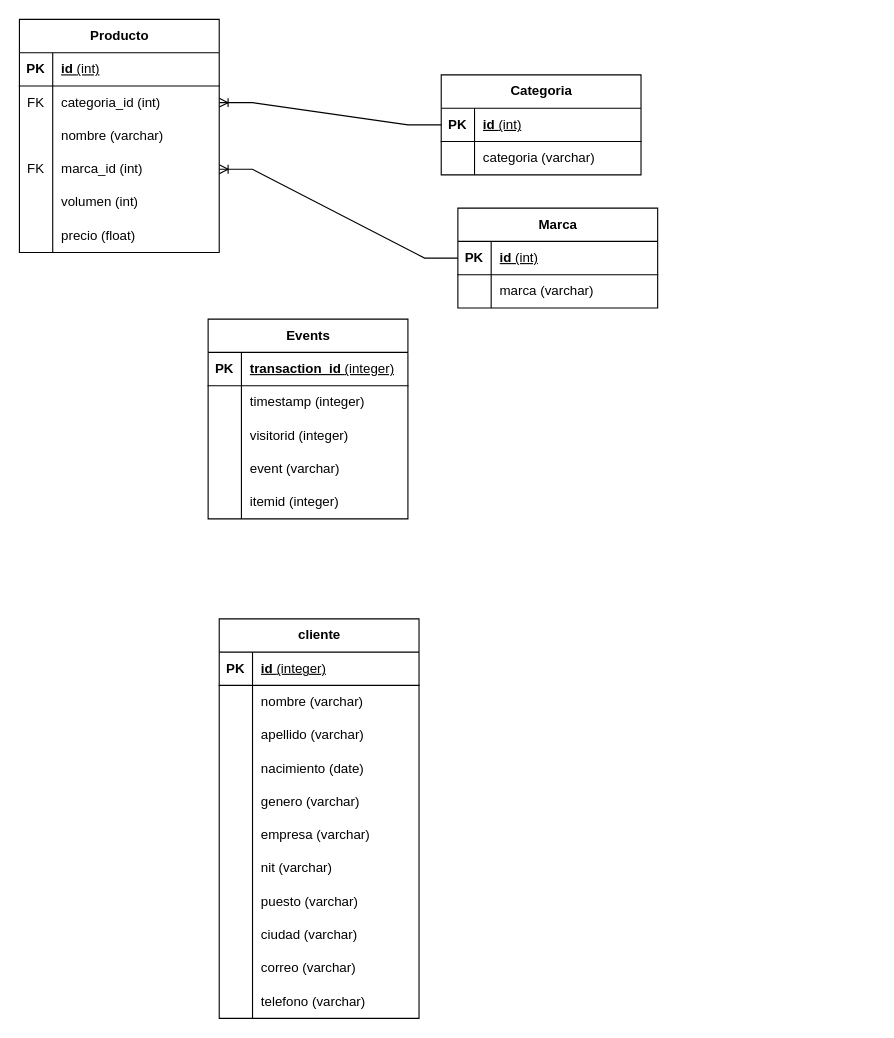
Earlier version of the draw.io diagram ER_Boozemart.drawio (DiggsPapu/lab2_MLE). Source tidied: cells renumbered, new cells numbered last; positions are measured from the earlier drawing's top-left corner, leaving out a move shared by most shapes. Both pictures are drawn from the tidied source at 111%, with x=0, y=0 at pixel (19, 19).
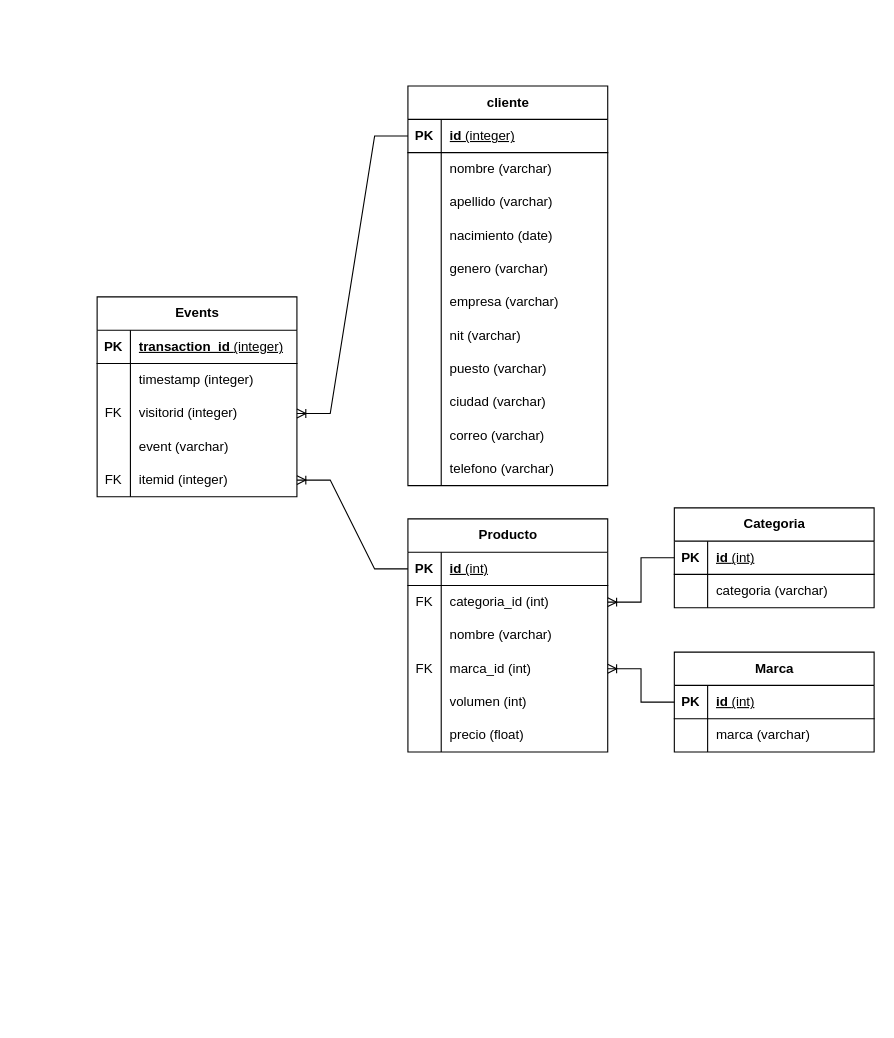
The same diagram, later.

The change refers to these unchanged cells:
```xml
<mxCell id="3" style="shape=tableRow;horizontal=0;startSize=0;swimlaneHead=0;swimlaneBody=0;fillColor=none;points=[[0,0.5],[1,0.5]];portConstraint=eastwest;top=0;left=0;right=0;bottom=1;" parent="2" vertex="1">
  <mxGeometry y="30" width="180" height="30" as="geometry" />
</mxCell>
<mxCell id="44" style="shape=tableRow;horizontal=0;startSize=0;swimlaneHead=0;swimlaneBody=0;fillColor=none;points=[[0,0.5],[1,0.5]];portConstraint=eastwest;top=0;left=0;right=0;bottom=0;" parent="37" vertex="1">
  <mxGeometry y="90" width="180" height="30" as="geometry" />
</mxCell>
<mxCell id="50" style="shape=tableRow;horizontal=0;startSize=0;swimlaneHead=0;swimlaneBody=0;fillColor=none;points=[[0,0.5],[1,0.5]];portConstraint=eastwest;top=0;left=0;right=0;bottom=0;" parent="37" vertex="1">
  <mxGeometry y="150" width="180" height="30" as="geometry" />
</mxCell>
<mxCell id="54" style="shape=tableRow;horizontal=0;startSize=0;swimlaneHead=0;swimlaneBody=0;fillColor=none;points=[[0,0.5],[1,0.5]];portConstraint=eastwest;top=0;left=0;right=0;bottom=1;" parent="53" vertex="1">
  <mxGeometry y="30" width="180" height="30" as="geometry" />
</mxCell>
```

Change to the diagram source:
```diff
@@
     <mxCell id="2" value="Producto" style="shape=table;startSize=30;childLayout=tableLayout;rowLines=0;fontStyle=1;align=center;html=1;" parent="1" vertex="1">
-      <mxGeometry width="180" height="210" as="geometry" />
+      <mxGeometry x="350" y="450" width="180" height="210" as="geometry" />
     </mxCell>
@@
     <mxCell id="21" value="Categoria" style="shape=table;startSize=30;childLayout=tableLayout;rowLines=0;fontStyle=1;align=center;html=1;" parent="1" vertex="1">
-      <mxGeometry x="380" y="50" width="180" height="90" as="geometry" />
+      <mxGeometry x="590" y="440" width="180" height="90" as="geometry" />
     </mxCell>
@@
     <mxCell id="28" value="Marca" style="shape=table;startSize=30;childLayout=tableLayout;rowLines=0;fontStyle=1;align=center;html=1;" parent="1" vertex="1">
-      <mxGeometry x="395" y="170" width="180" height="90" as="geometry" />
+      <mxGeometry x="590" y="570" width="180" height="90" as="geometry" />
     </mxCell>
@@
     <mxCell id="37" value="Events" style="shape=table;startSize=30;childLayout=tableLayout;rowLines=0;fontStyle=1;align=center;html=1;" parent="1" vertex="1">
-      <mxGeometry x="170" y="270" width="180" height="180" as="geometry" />
+      <mxGeometry x="70" y="250" width="180" height="180" as="geometry" />
     </mxCell>
@@
-    <mxCell id="45" style="shape=partialRectangle;fillColor=none;top=0;left=0;bottom=0;right=0;overflow=hidden;whiteSpace=wrap;html=1;" parent="44" vertex="1">
+    <mxCell id="45" value="FK" style="shape=partialRectangle;fillColor=none;top=0;left=0;bottom=0;right=0;overflow=hidden;whiteSpace=wrap;html=1;" parent="44" vertex="1">
       <mxGeometry width="30" height="30" as="geometry" />
     </mxCell>
@@
-    <mxCell id="51" style="shape=partialRectangle;fillColor=none;top=0;left=0;bottom=0;right=0;overflow=hidden;whiteSpace=wrap;html=1;" parent="50" vertex="1">
+    <mxCell id="51" value="FK" style="shape=partialRectangle;fillColor=none;top=0;left=0;bottom=0;right=0;overflow=hidden;whiteSpace=wrap;html=1;" parent="50" vertex="1">
       <mxGeometry width="30" height="30" as="geometry" />
     </mxCell>
@@
     <mxCell id="53" value="cliente" style="shape=table;startSize=30;childLayout=tableLayout;rowLines=0;fontStyle=1;align=center;html=1;" parent="1" vertex="1">
-      <mxGeometry x="180" y="540" width="180" height="360" as="geometry" />
+      <mxGeometry x="350" y="60" width="180" height="360" as="geometry" />
     </mxCell>
@@
+    <mxCell id="87" style="edgeStyle=entityRelationEdgeStyle;fontSize=12;html=1;endArrow=ERoneToMany;rounded=0;exitX=0;exitY=0.5;exitDx=0;exitDy=0;entryX=1;entryY=0.5;entryDx=0;entryDy=0;" parent="1" edge="1" source="54" target="44">
+      <mxGeometry relative="1" as="geometry" />
+    </mxCell>
+    <mxCell id="88" style="edgeStyle=entityRelationEdgeStyle;fontSize=12;html=1;endArrow=ERoneToMany;rounded=0;exitX=0;exitY=0.5;exitDx=0;exitDy=0;" parent="1" edge="1" source="3" target="50">
+      <mxGeometry relative="1" as="geometry" />
+    </mxCell>
```
